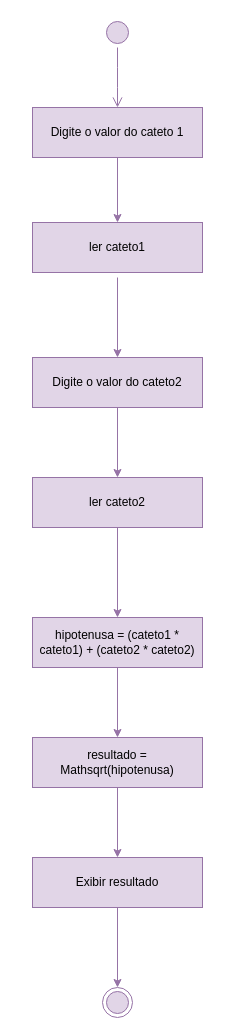
Earlier version of the draw.io diagram Unidade3/Uni3Exe10/src/Fluxograma10.drawio (djuliasabrina/IP_FURB_2026_1). Source tidied: cells renumbered, new cells numbered last; positions are measured from the earlier drawing's top-left corner, leaving out a move shared by most shapes. Both pictures are drawn from the tidied source at 100%, with x=0, y=0 at pixel (32, 17).
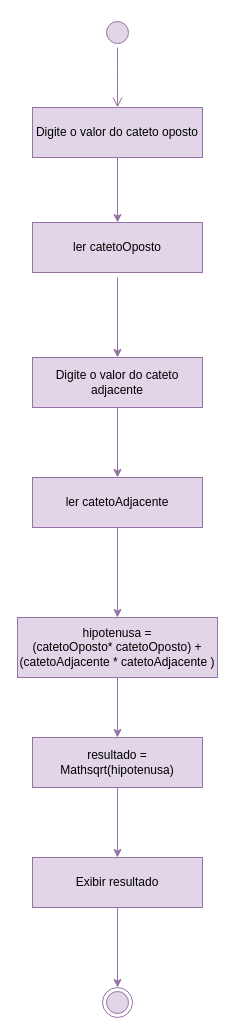
The same page after the edit.

Diff of the diagram source:
```diff
@@
-    <mxCell id="5" value="Digite o valor do cateto 1" style="html=1;whiteSpace=wrap;fillColor=#e1d5e7;strokeColor=#9673a6;" parent="1" vertex="1">
+    <mxCell id="5" value="Digite o valor do cateto oposto" style="html=1;whiteSpace=wrap;fillColor=#e1d5e7;strokeColor=#9673a6;" parent="1" vertex="1">
       <mxGeometry y="90" width="170" height="50" as="geometry" />
     </mxCell>
-    <mxCell id="6" value="ler cateto1" style="html=1;whiteSpace=wrap;fillColor=#e1d5e7;strokeColor=#9673a6;" parent="1" vertex="1">
+    <mxCell id="6" value="ler catetoOposto" style="html=1;whiteSpace=wrap;fillColor=#e1d5e7;strokeColor=#9673a6;" parent="1" vertex="1">
       <mxGeometry y="205" width="170" height="50" as="geometry" />
     </mxCell>
@@
-    <mxCell id="10" value="Digite o valor do cateto2" style="html=1;whiteSpace=wrap;fillColor=#e1d5e7;strokeColor=#9673a6;" parent="1" vertex="1">
+    <mxCell id="10" value="Digite o valor do cateto adjacente" style="html=1;whiteSpace=wrap;fillColor=#e1d5e7;strokeColor=#9673a6;" parent="1" vertex="1">
       <mxGeometry y="340" width="170" height="50" as="geometry" />
     </mxCell>
@@
-    <mxCell id="12" value="&lt;span style=&quot;color: rgb(0, 0, 0);&quot;&gt;ler cateto2&lt;/span&gt;" style="html=1;whiteSpace=wrap;fillColor=#e1d5e7;strokeColor=#9673a6;" parent="1" vertex="1">
+    <mxCell id="12" value="&lt;span style=&quot;color: rgb(0, 0, 0);&quot;&gt;ler catetoAdjacente&lt;/span&gt;" style="html=1;whiteSpace=wrap;fillColor=#e1d5e7;strokeColor=#9673a6;" parent="1" vertex="1">
       <mxGeometry y="460" width="170" height="50" as="geometry" />
     </mxCell>
@@
-    <mxCell id="14" value="&lt;span style=&quot;color: rgb(0, 0, 0);&quot;&gt;hipotenusa = (cateto1 * cateto1) + (cateto2 * cateto2)&lt;/span&gt;" style="html=1;whiteSpace=wrap;fillColor=#e1d5e7;strokeColor=#9673a6;" parent="1" vertex="1">
-      <mxGeometry y="600" width="170" height="50" as="geometry" />
+    <mxCell id="14" value="&lt;span style=&quot;color: rgb(0, 0, 0);&quot;&gt;hipotenusa = (catetoOposto*&amp;nbsp;&lt;span style=&quot;color: rgb(0, 0, 0);&quot;&gt;catetoOposto&lt;/span&gt;) + (&lt;span style=&quot;color: rgb(0, 0, 0);&quot;&gt;catetoAdjacente&amp;nbsp;&lt;/span&gt;*&amp;nbsp;&lt;span style=&quot;color: rgb(0, 0, 0);&quot;&gt;catetoAdjacente&amp;nbsp;&lt;/span&gt;)&lt;/span&gt;" style="html=1;whiteSpace=wrap;fillColor=#e1d5e7;strokeColor=#9673a6;" parent="1" vertex="1">
+      <mxGeometry x="-15" y="600" width="200" height="60" as="geometry" />
     </mxCell>
```
